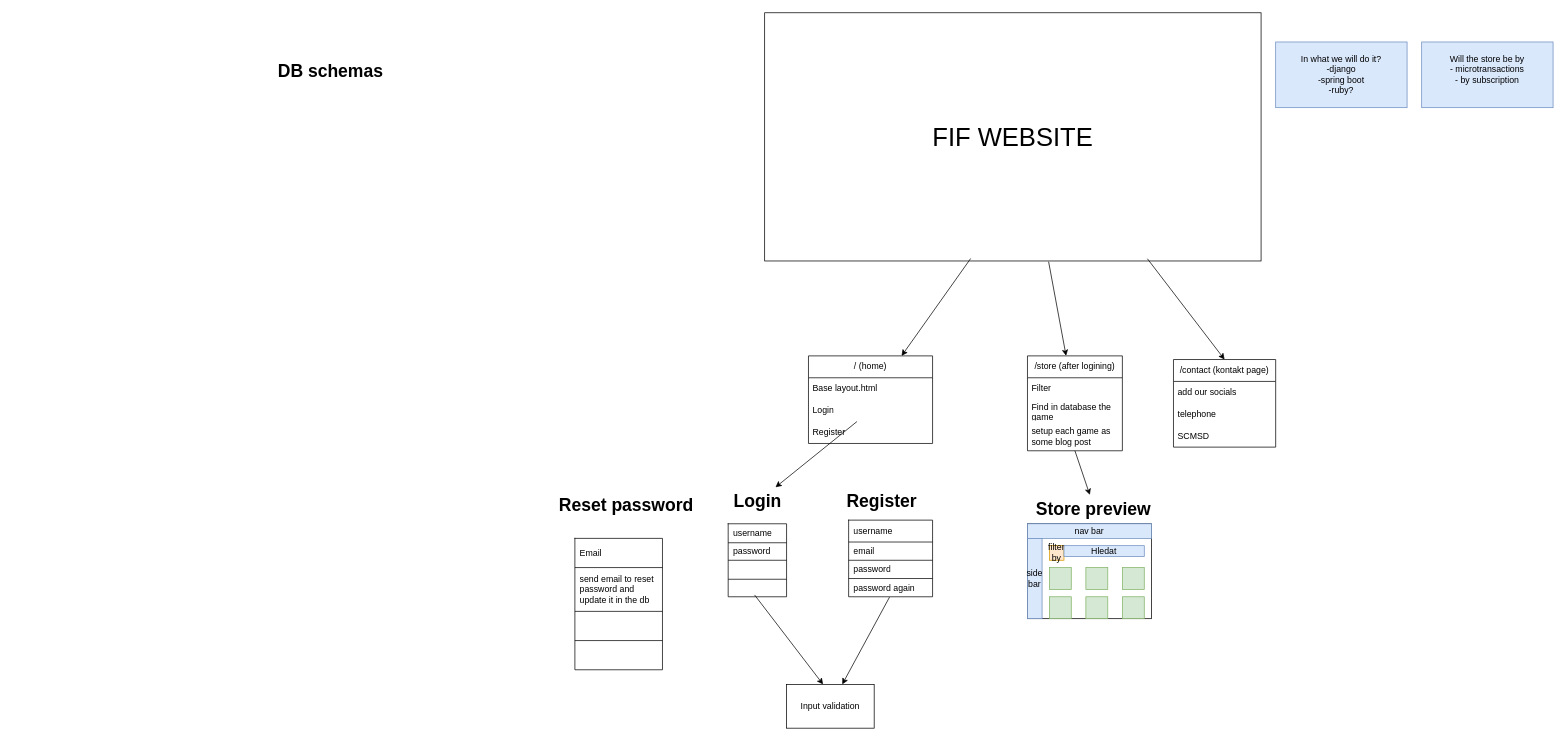
Earlier version of the draw.io diagram diagram.drawio (TadyLucas/Quote). Source tidied: cells renumbered, new cells numbered last; positions are measured from the earlier drawing's top-left corner, leaving out a move shared by most shapes. Both pictures are drawn from the tidied source at 73%, with x=0, y=0 at pixel (275, 12).
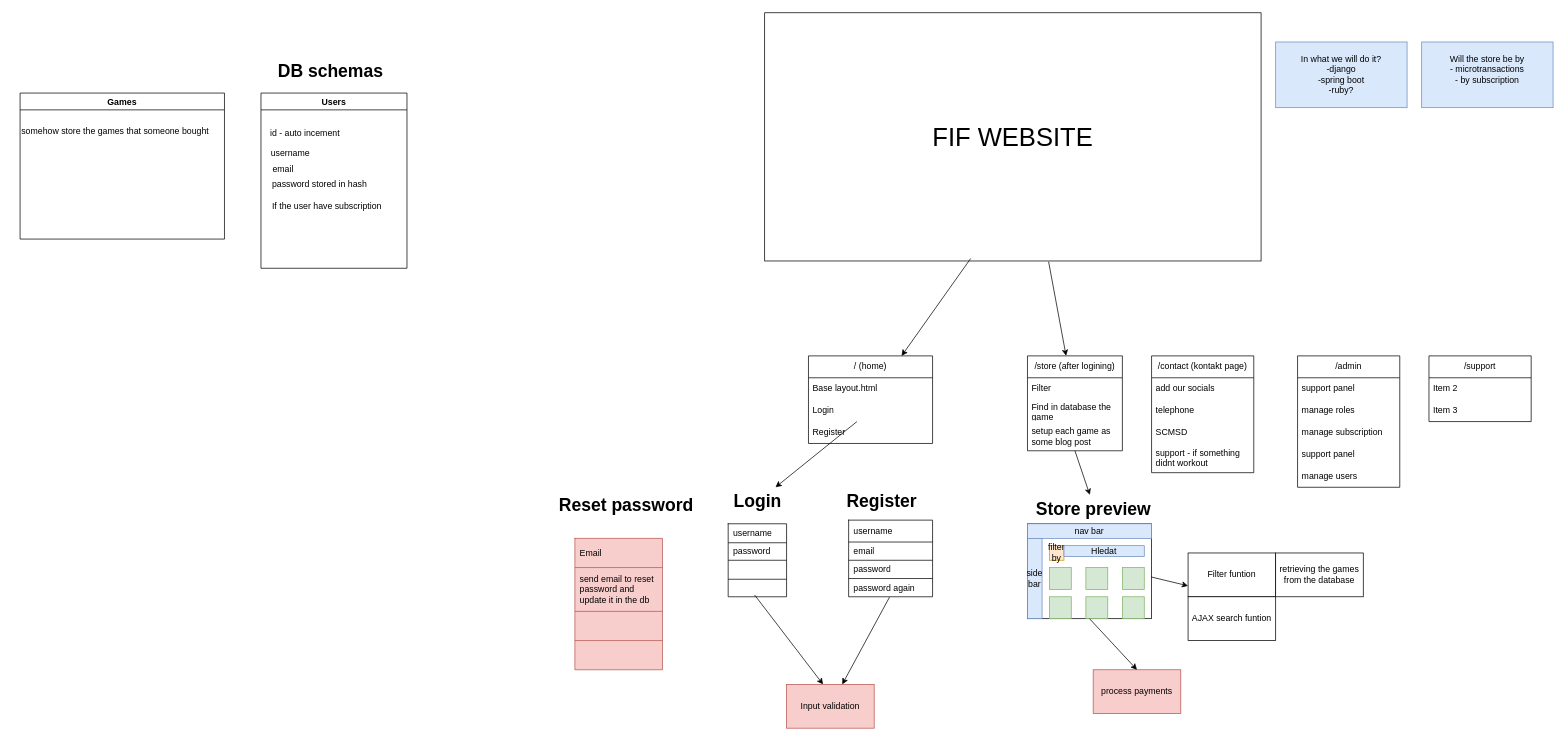
After the change.

The change refers to these unchanged cells:
```xml
<mxCell id="2" value="&lt;font style=&quot;font-size: 35px;&quot;&gt;FIF WEBSITE&lt;/font&gt;" style="rounded=0;whiteSpace=wrap;html=1;" parent="1" vertex="1">
  <mxGeometry x="670" width="680" height="340" as="geometry" />
</mxCell>
<mxCell id="15" style="rounded=0;whiteSpace=wrap;html=1;" parent="1" vertex="1">
  <mxGeometry x="1030" y="700" width="170" height="130" as="geometry" />
</mxCell>
```

What changed in the source:
```diff
@@
     <mxCell id="49" value="/contact (kontakt page)" style="swimlane;fontStyle=0;horizontal=1;startSize=30;whiteSpace=wrap;html=1;" parent="1" vertex="1">
-      <mxGeometry x="1230" y="475" width="140" height="120" as="geometry" />
+      <mxGeometry x="1200" y="470" width="140" height="160" as="geometry" />
     </mxCell>
@@
-    <mxCell id="53" style="endArrow=classic;html=1;rounded=0;exitX=0.771;exitY=0.991;exitDx=0;exitDy=0;exitPerimeter=0;entryX=0.5;entryY=0;entryDx=0;entryDy=0;" parent="1" edge="1" source="2" target="49">
-      <mxGeometry relative="1" as="geometry" />
-    </mxCell>
+    <mxCell id="68" value="support - if something didnt workout" style="text;strokeColor=none;fillColor=none;align=left;verticalAlign=middle;spacingLeft=4;spacingRight=4;overflow=hidden;whiteSpace=wrap;html=1;" parent="49" vertex="1">
+      <mxGeometry y="120" width="140" height="40" as="geometry" />
+    </mxCell>
@@
-    <mxCell id="56" value="Input validation" style="rounded=0;whiteSpace=wrap;html=1;" parent="1" vertex="1">
+    <mxCell id="56" value="Input validation" style="rounded=0;whiteSpace=wrap;html=1;fillColor=#f8cecc;strokeColor=#b85450;" parent="1" vertex="1">
       <mxGeometry x="700" y="920" width="120" height="60" as="geometry" />
     </mxCell>
@@
-    <mxCell id="58" style="shape=table;startSize=0;childLayout=tableLayout;fontSize=11;fillColor=none;strokeColor=default;" parent="1" vertex="1">
+    <mxCell id="58" style="shape=table;startSize=0;childLayout=tableLayout;fontSize=11;fillColor=#f8cecc;strokeColor=#b85450;" parent="1" vertex="1">
       <mxGeometry x="410" y="720" width="120" height="180" as="geometry" />
     </mxCell>
@@
+    <mxCell id="69" value="Users" style="swimlane;" parent="1" vertex="1">
+      <mxGeometry x="-20" y="110" width="200" height="240" as="geometry" />
+    </mxCell>
+    <mxCell id="70" value="id - auto incement" style="text;html=1;align=center;verticalAlign=middle;strokeColor=none;fillColor=none;" parent="69" vertex="1">
+      <mxGeometry y="40" width="120" height="30" as="geometry" />
+    </mxCell>
+    <mxCell id="71" value="username" style="text;html=1;align=center;verticalAlign=middle;strokeColor=none;fillColor=none;" parent="69" vertex="1">
+      <mxGeometry y="68" width="80" height="30" as="geometry" />
+    </mxCell>
+    <mxCell id="72" value="email" style="text;html=1;align=center;verticalAlign=middle;strokeColor=none;fillColor=none;" parent="69" vertex="1">
+      <mxGeometry x="5" y="90" width="50" height="30" as="geometry" />
+    </mxCell>
+    <mxCell id="73" value="password stored in hash" style="text;html=1;align=center;verticalAlign=middle;strokeColor=none;fillColor=none;" parent="69" vertex="1">
+      <mxGeometry x="5" y="110" width="150" height="30" as="geometry" />
+    </mxCell>
+    <mxCell id="74" value="If the user have subscription" style="text;html=1;align=center;verticalAlign=middle;strokeColor=none;fillColor=none;" parent="69" vertex="1">
+      <mxGeometry x="5" y="140" width="170" height="30" as="geometry" />
+    </mxCell>
+    <mxCell id="75" value="Games" style="swimlane;" parent="1" vertex="1">
+      <mxGeometry x="-350" y="110" width="280" height="200" as="geometry" />
+    </mxCell>
+    <mxCell id="76" value="somehow store the games that someone bought" style="text;html=1;align=center;verticalAlign=middle;strokeColor=none;fillColor=none;" parent="75" vertex="1">
+      <mxGeometry x="-10" y="38" width="280" height="30" as="geometry" />
+    </mxCell>
+    <mxCell id="77" value="Filter funtion" style="rounded=0;whiteSpace=wrap;html=1;" parent="1" vertex="1">
+      <mxGeometry x="1250" y="740" width="120" height="60" as="geometry" />
+    </mxCell>
+    <mxCell id="78" value="AJAX search funtion" style="rounded=0;whiteSpace=wrap;html=1;" parent="1" vertex="1">
+      <mxGeometry x="1250" y="800" width="120" height="60" as="geometry" />
+    </mxCell>
+    <mxCell id="79" value="retrieving the games from the database " style="rounded=0;whiteSpace=wrap;html=1;" parent="1" vertex="1">
+      <mxGeometry x="1370" y="740" width="120" height="60" as="geometry" />
+    </mxCell>
+    <mxCell id="80" value="/admin" style="swimlane;fontStyle=0;horizontal=1;startSize=30;whiteSpace=wrap;html=1;" parent="1" vertex="1">
+      <mxGeometry x="1400" y="470" width="140" height="180" as="geometry" />
+    </mxCell>
+    <mxCell id="81" value="support panel" style="text;strokeColor=none;fillColor=none;align=left;verticalAlign=middle;spacingLeft=4;spacingRight=4;overflow=hidden;whiteSpace=wrap;html=1;" parent="80" vertex="1">
+      <mxGeometry y="30" width="140" height="30" as="geometry" />
+    </mxCell>
+    <mxCell id="82" value="manage roles" style="text;strokeColor=none;fillColor=none;align=left;verticalAlign=middle;spacingLeft=4;spacingRight=4;overflow=hidden;whiteSpace=wrap;html=1;" parent="80" vertex="1">
+      <mxGeometry y="60" width="140" height="30" as="geometry" />
+    </mxCell>
+    <mxCell id="83" value="manage subscription" style="text;strokeColor=none;fillColor=none;align=left;verticalAlign=middle;spacingLeft=4;spacingRight=4;overflow=hidden;whiteSpace=wrap;html=1;" parent="80" vertex="1">
+      <mxGeometry y="90" width="140" height="30" as="geometry" />
+    </mxCell>
+    <mxCell id="84" value="support panel" style="text;strokeColor=none;fillColor=none;align=left;verticalAlign=middle;spacingLeft=4;spacingRight=4;overflow=hidden;whiteSpace=wrap;html=1;" parent="80" vertex="1">
+      <mxGeometry y="120" width="140" height="30" as="geometry" />
+    </mxCell>
+    <mxCell id="85" value="manage users" style="text;strokeColor=none;fillColor=none;align=left;verticalAlign=middle;spacingLeft=4;spacingRight=4;overflow=hidden;whiteSpace=wrap;html=1;" parent="80" vertex="1">
+      <mxGeometry y="150" width="140" height="30" as="geometry" />
+    </mxCell>
+    <mxCell id="86" style="endArrow=classic;html=1;rounded=0;exitX=0.995;exitY=0.56;exitDx=0;exitDy=0;exitPerimeter=0;entryX=0;entryY=0.75;entryDx=0;entryDy=0;" parent="1" edge="1" source="15" target="77">
+      <mxGeometry relative="1" as="geometry" />
+    </mxCell>
+    <mxCell id="87" value="process payments" style="rounded=0;whiteSpace=wrap;html=1;fillColor=#f8cecc;strokeColor=#b85450;" parent="1" vertex="1">
+      <mxGeometry x="1120" y="900" width="120" height="60" as="geometry" />
+    </mxCell>
+    <mxCell id="88" style="endArrow=classic;html=1;rounded=0;exitX=0.5;exitY=1;exitDx=0;exitDy=0;entryX=0.5;entryY=0;entryDx=0;entryDy=0;" parent="1" edge="1" source="15" target="87">
+      <mxGeometry relative="1" as="geometry" />
+    </mxCell>
+    <mxCell id="89" value="/support" style="swimlane;fontStyle=0;horizontal=1;startSize=30;whiteSpace=wrap;html=1;" parent="1" vertex="1">
+      <mxGeometry x="1580" y="470" width="140" height="90" as="geometry" />
+    </mxCell>
+    <mxCell id="90" value="Item 2" style="text;strokeColor=none;fillColor=none;align=left;verticalAlign=middle;spacingLeft=4;spacingRight=4;overflow=hidden;whiteSpace=wrap;html=1;" parent="89" vertex="1">
+      <mxGeometry y="30" width="140" height="30" as="geometry" />
+    </mxCell>
+    <mxCell id="91" value="Item 3" style="text;strokeColor=none;fillColor=none;align=left;verticalAlign=middle;spacingLeft=4;spacingRight=4;overflow=hidden;whiteSpace=wrap;html=1;" parent="89" vertex="1">
+      <mxGeometry y="60" width="140" height="30" as="geometry" />
+    </mxCell>
```
